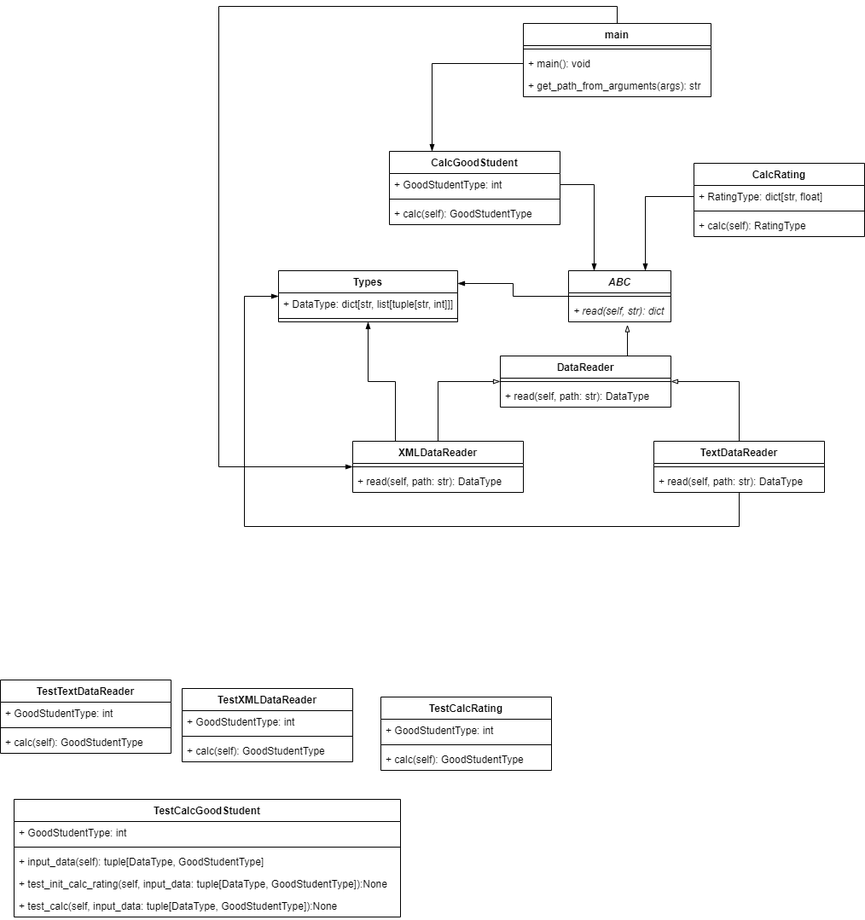
Earlier version of the draw.io export ClassDiagram.png (Gravetar/PTLab1). Source tidied: cells renumbered, new cells last; positions are measured from the earlier drawing's top-left corner, leaving out a move shared by most shapes.
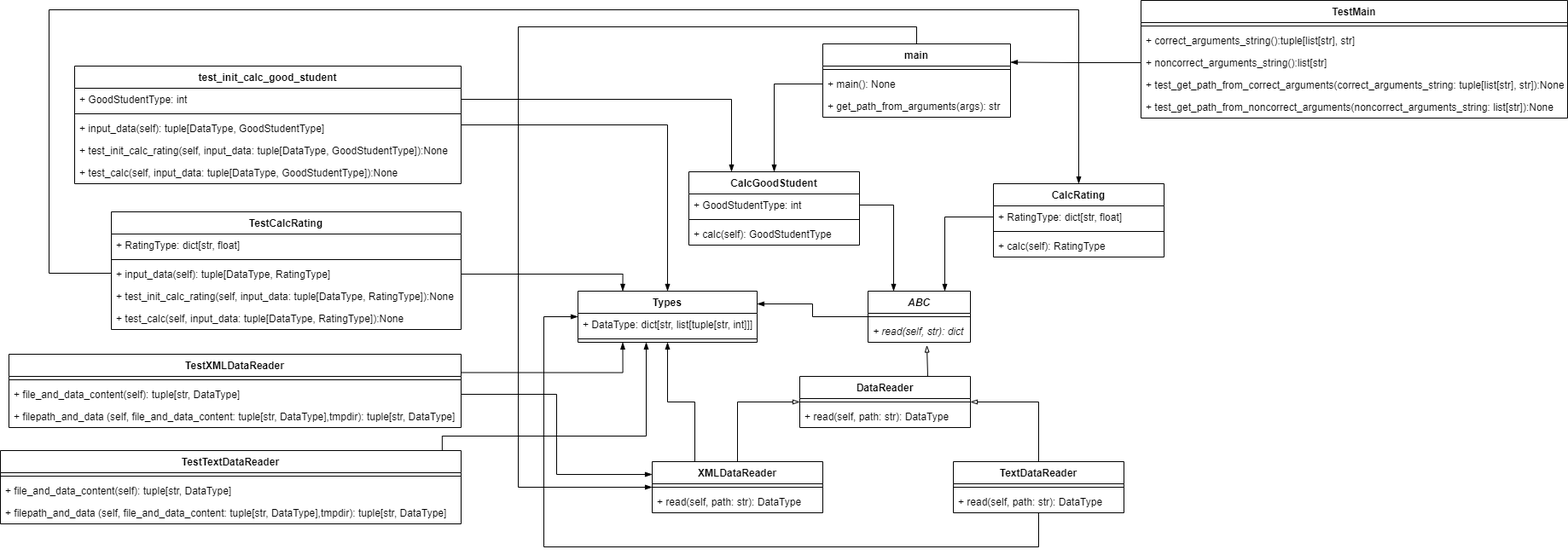
The same file after the commit.

Diff of the diagram source:
```diff
@@ -17,7 +17,7 @@
     <mxCell id="4" style="line;strokeWidth=1;fillColor=none;align=left;verticalAlign=middle;spacingTop=-1;spacingLeft=3;spacingRight=3;labelPosition=right;" parent="3" vertex="1">
       <mxGeometry y="26" width="220" height="8" as="geometry" />
     </mxCell>
-    <mxCell id="5" value="+ main(): void" style="text;strokeColor=none;fillColor=none;align=left;verticalAlign=top;spacingLeft=4;spacingRight=4;overflow=hidden;points=[[0,0.5],[1,0.5]];portConstraint=eastwest;" parent="3" vertex="1">
+    <mxCell id="5" value="+ main(): None" style="text;strokeColor=none;fillColor=none;align=left;verticalAlign=top;spacingLeft=4;spacingRight=4;overflow=hidden;points=[[0,0.5],[1,0.5]];portConstraint=eastwest;" parent="3" vertex="1">
       <mxGeometry y="34" width="220" height="26" as="geometry" />
     </mxCell>
     <mxCell id="6" value="+ get_path_from_arguments(args): str" style="text;strokeColor=none;fillColor=none;align=left;verticalAlign=top;spacingLeft=4;spacingRight=4;overflow=hidden;" parent="3" vertex="1">
@@ -107,20 +107,11 @@
     <mxCell id="32" value="+ read(self, path: str): DataType" style="text;strokeColor=none;fillColor=none;align=left;verticalAlign=top;spacingLeft=4;spacingRight=4;overflow=hidden;" parent="30" vertex="1">
       <mxGeometry y="34" width="200" height="26" as="geometry" />
     </mxCell>
-    <mxCell id="33" value="TestCalcRating" style="swimlane;fontStyle=1;align=center;verticalAlign=top;horizontal=1;startSize=26;" parent="1" vertex="1">
-      <mxGeometry x="446" y="810" width="200" height="86" as="geometry" />
-    </mxCell>
-    <mxCell id="34" value="+ GoodStudentType: int" style="text;strokeColor=none;fillColor=none;align=left;verticalAlign=top;spacingLeft=4;spacingRight=4;overflow=hidden;" parent="33" vertex="1">
-      <mxGeometry y="26" width="200" height="26" as="geometry" />
-    </mxCell>
-    <mxCell id="35" style="line;strokeWidth=1;fillColor=none;align=left;verticalAlign=middle;spacingTop=-1;spacingLeft=3;spacingRight=3;labelPosition=right;" parent="33" vertex="1">
-      <mxGeometry y="52" width="200" height="8" as="geometry" />
-    </mxCell>
-    <mxCell id="36" value="+ calc(self): GoodStudentType" style="text;strokeColor=none;fillColor=none;align=left;verticalAlign=top;spacingLeft=4;spacingRight=4;overflow=hidden;" parent="33" vertex="1">
-      <mxGeometry y="60" width="200" height="26" as="geometry" />
-    </mxCell>
+    <mxCell id="57" style="edgeStyle=orthogonalEdgeStyle;rounded=0;jettySize=auto;html=1;endArrow=blockThin;endFill=1;" parent="1" edge="1" source="37" target="51">
+      <mxGeometry relative="1" as="geometry" />
+    </mxCell>
-    <mxCell id="37" value="TestCalcGoodStudent" style="swimlane;fontStyle=1;align=center;verticalAlign=top;horizontal=1;startSize=26;" parent="1" vertex="1">
-      <mxGeometry x="16" y="930" width="453" height="138" as="geometry" />
+    <mxCell id="37" value="test_init_calc_good_student" style="swimlane;fontStyle=1;align=center;verticalAlign=top;horizontal=1;startSize=26;" parent="1" vertex="1">
+      <mxGeometry x="-264" y="46" width="453" height="138" as="geometry" />
     </mxCell>
     <mxCell id="38" value="+ GoodStudentType: int" style="text;strokeColor=none;fillColor=none;align=left;verticalAlign=top;spacingLeft=4;spacingRight=4;overflow=hidden;points=[[0,0.5],[1,0.5]];portConstraint=eastwest;" parent="37" vertex="1">
       <mxGeometry y="26" width="453" height="26" as="geometry" />
@@ -137,30 +128,21 @@
     <mxCell id="42" value="+ test_calc(self, input_data: tuple[DataType, GoodStudentType]):None" style="text;strokeColor=none;fillColor=none;align=left;verticalAlign=top;spacingLeft=4;spacingRight=4;overflow=hidden;" parent="37" vertex="1">
       <mxGeometry y="112" width="453" height="26" as="geometry" />
     </mxCell>
-    <mxCell id="43" value="TestTextDataReader" style="swimlane;fontStyle=1;align=center;verticalAlign=top;horizontal=1;startSize=26;" parent="1" vertex="1">
-      <mxGeometry y="790" width="200" height="86" as="geometry" />
-    </mxCell>
-    <mxCell id="44" value="+ GoodStudentType: int" style="text;strokeColor=none;fillColor=none;align=left;verticalAlign=top;spacingLeft=4;spacingRight=4;overflow=hidden;" parent="43" vertex="1">
-      <mxGeometry y="26" width="200" height="26" as="geometry" />
-    </mxCell>
-    <mxCell id="45" style="line;strokeWidth=1;fillColor=none;align=left;verticalAlign=middle;spacingTop=-1;spacingLeft=3;spacingRight=3;labelPosition=right;" parent="43" vertex="1">
-      <mxGeometry y="52" width="200" height="8" as="geometry" />
-    </mxCell>
-    <mxCell id="46" value="+ calc(self): GoodStudentType" style="text;strokeColor=none;fillColor=none;align=left;verticalAlign=top;spacingLeft=4;spacingRight=4;overflow=hidden;" parent="43" vertex="1">
-      <mxGeometry y="60" width="200" height="26" as="geometry" />
-    </mxCell>
+    <mxCell id="58" style="edgeStyle=orthogonalEdgeStyle;rounded=0;jettySize=auto;html=1;exitX=1;exitY=0.25;exitDx=0;exitDy=0;entryX=0.25;entryY=1;entryDx=0;entryDy=0;endArrow=blockThin;endFill=1;" parent="1" edge="1" source="47" target="51">
+      <mxGeometry relative="1" as="geometry" />
+    </mxCell>
     <mxCell id="47" value="TestXMLDataReader" style="swimlane;fontStyle=1;align=center;verticalAlign=top;horizontal=1;startSize=26;" parent="1" vertex="1">
-      <mxGeometry x="213" y="800" width="200" height="86" as="geometry" />
+      <mxGeometry x="-341" y="384" width="530" height="86" as="geometry" />
     </mxCell>
-    <mxCell id="48" value="+ GoodStudentType: int" style="text;strokeColor=none;fillColor=none;align=left;verticalAlign=top;spacingLeft=4;spacingRight=4;overflow=hidden;" parent="47" vertex="1">
-      <mxGeometry y="26" width="200" height="26" as="geometry" />
-    </mxCell>
     <mxCell id="49" style="line;strokeWidth=1;fillColor=none;align=left;verticalAlign=middle;spacingTop=-1;spacingLeft=3;spacingRight=3;labelPosition=right;" parent="47" vertex="1">
-      <mxGeometry y="52" width="200" height="8" as="geometry" />
+      <mxGeometry y="26" width="530" height="8" as="geometry" />
     </mxCell>
-    <mxCell id="50" value="+ calc(self): GoodStudentType" style="text;strokeColor=none;fillColor=none;align=left;verticalAlign=top;spacingLeft=4;spacingRight=4;overflow=hidden;points=[[0,0.5],[1,0.5]];portConstraint=eastwest;" parent="47" vertex="1">
-      <mxGeometry y="60" width="200" height="26" as="geometry" />
+    <mxCell id="50" value="+ file_and_data_content(self): tuple[str, DataType]" style="text;strokeColor=none;fillColor=none;align=left;verticalAlign=top;spacingLeft=4;spacingRight=4;overflow=hidden;points=[[0,0.5],[1,0.5]];portConstraint=eastwest;" parent="47" vertex="1">
+      <mxGeometry y="34" width="530" height="26" as="geometry" />
     </mxCell>
+    <mxCell id="59" value="+ filepath_and_data (self, file_and_data_content: tuple[str, DataType],tmpdir): tuple[str, DataType]" style="text;strokeColor=none;fillColor=none;align=left;verticalAlign=top;spacingLeft=4;spacingRight=4;overflow=hidden;" parent="47" vertex="1">
+      <mxGeometry y="60" width="530" height="26" as="geometry" />
+    </mxCell>
     <mxCell id="51" value="Types" style="swimlane;fontStyle=1;align=center;verticalAlign=top;horizontal=1;startSize=26;" parent="1" vertex="1">
       <mxGeometry x="326" y="310" width="210" height="60" as="geometry" />
     </mxCell>
@@ -176,8 +158,86 @@
     <mxCell id="55" style="edgeStyle=orthogonalEdgeStyle;rounded=0;jettySize=auto;html=1;entryX=0.25;entryY=0;entryDx=0;entryDy=0;endArrow=blockThin;endFill=1;" parent="1" edge="1" source="8" target="20">
       <mxGeometry relative="1" as="geometry" />
     </mxCell>
-    <mxCell id="56" style="edgeStyle=orthogonalEdgeStyle;rounded=0;jettySize=auto;html=1;entryX=0.25;entryY=0;entryDx=0;entryDy=0;endArrow=blockThin;endFill=1;" parent="1" edge="1" source="5" target="7">
+    <mxCell id="56" style="edgeStyle=orthogonalEdgeStyle;rounded=0;jettySize=auto;html=1;entryX=0.5;entryY=0;entryDx=0;entryDy=0;endArrow=blockThin;endFill=1;" parent="1" edge="1" source="5" target="7">
       <mxGeometry relative="1" as="geometry" />
     </mxCell>
+    <mxCell id="60" style="edgeStyle=orthogonalEdgeStyle;rounded=0;jettySize=auto;html=1;entryX=0.5;entryY=0;entryDx=0;entryDy=0;endArrow=blockThin;endFill=1;" parent="1" edge="1" source="33" target="11">
+      <mxGeometry relative="1" as="geometry">
+        <Array as="points">
+          <mxPoint x="-294" y="289" />
+          <mxPoint x="-294" y="-20" />
+          <mxPoint x="913" y="-20" />
+        </Array>
+      </mxGeometry>
+    </mxCell>
+    <mxCell id="33" value="TestCalcRating" style="swimlane;fontStyle=1;align=center;verticalAlign=top;horizontal=1;startSize=26;" parent="1" vertex="1">
+      <mxGeometry x="-221" y="217" width="410" height="138" as="geometry" />
+    </mxCell>
+    <mxCell id="61" value="+ RatingType: dict[str, float]" style="text;strokeColor=none;fillColor=none;align=left;verticalAlign=top;spacingLeft=4;spacingRight=4;overflow=hidden;" parent="33" vertex="1">
+      <mxGeometry y="26" width="410" height="26" as="geometry" />
+    </mxCell>
+    <mxCell id="62" style="line;strokeWidth=1;fillColor=none;align=left;verticalAlign=middle;spacingTop=-1;spacingLeft=3;spacingRight=3;labelPosition=right;" parent="33" vertex="1">
+      <mxGeometry y="52" width="410" height="8" as="geometry" />
+    </mxCell>
+    <mxCell id="63" value="+ input_data(self): tuple[DataType, RatingType]" style="text;strokeColor=none;fillColor=none;align=left;verticalAlign=top;spacingLeft=4;spacingRight=4;overflow=hidden;points=[[0,0.5],[1,0.5]];portConstraint=eastwest;" parent="33" vertex="1">
+      <mxGeometry y="60" width="410" height="26" as="geometry" />
+    </mxCell>
+    <mxCell id="64" value="+ test_init_calc_rating(self, input_data: tuple[DataType, RatingType]):None" style="text;strokeColor=none;fillColor=none;align=left;verticalAlign=top;spacingLeft=4;spacingRight=4;overflow=hidden;" parent="33" vertex="1">
+      <mxGeometry y="86" width="410" height="26" as="geometry" />
+    </mxCell>
+    <mxCell id="65" value="+ test_calc(self, input_data: tuple[DataType, RatingType]):None" style="text;strokeColor=none;fillColor=none;align=left;verticalAlign=top;spacingLeft=4;spacingRight=4;overflow=hidden;" parent="33" vertex="1">
+      <mxGeometry y="112" width="410" height="26" as="geometry" />
+    </mxCell>
+    <mxCell id="43" value="TestTextDataReader" style="swimlane;fontStyle=1;align=center;verticalAlign=top;horizontal=1;startSize=26;" parent="1" vertex="1">
+      <mxGeometry x="-351" y="497" width="540" height="86" as="geometry" />
+    </mxCell>
+    <mxCell id="66" style="line;strokeWidth=1;fillColor=none;align=left;verticalAlign=middle;spacingTop=-1;spacingLeft=3;spacingRight=3;labelPosition=right;" parent="43" vertex="1">
+      <mxGeometry y="26" width="540" height="8" as="geometry" />
+    </mxCell>
+    <mxCell id="67" value="+ file_and_data_content(self): tuple[str, DataType]" style="text;strokeColor=none;fillColor=none;align=left;verticalAlign=top;spacingLeft=4;spacingRight=4;overflow=hidden;" parent="43" vertex="1">
+      <mxGeometry y="34" width="540" height="26" as="geometry" />
+    </mxCell>
+    <mxCell id="68" value="+ filepath_and_data (self, file_and_data_content: tuple[str, DataType],tmpdir): tuple[str, DataType]" style="text;strokeColor=none;fillColor=none;align=left;verticalAlign=top;spacingLeft=4;spacingRight=4;overflow=hidden;" parent="43" vertex="1">
+      <mxGeometry y="60" width="540" height="26" as="geometry" />
+    </mxCell>
+    <mxCell id="69" value="TestMain" style="swimlane;fontStyle=1;align=center;verticalAlign=top;horizontal=1;startSize=26;" parent="1" vertex="1">
+      <mxGeometry x="986" y="-31" width="500" height="138" as="geometry" />
+    </mxCell>
+    <mxCell id="70" style="line;strokeWidth=1;fillColor=none;align=left;verticalAlign=middle;spacingTop=-1;spacingLeft=3;spacingRight=3;labelPosition=right;" parent="69" vertex="1">
+      <mxGeometry y="26" width="500" height="8" as="geometry" />
+    </mxCell>
+    <mxCell id="71" value="+ correct_arguments_string():tuple[list[str], str]" style="text;strokeColor=none;fillColor=none;align=left;verticalAlign=top;spacingLeft=4;spacingRight=4;overflow=hidden;" parent="69" vertex="1">
+      <mxGeometry y="34" width="500" height="26" as="geometry" />
+    </mxCell>
+    <mxCell id="72" value="+ noncorrect_arguments_string():list[str]" style="text;strokeColor=none;fillColor=none;align=left;verticalAlign=top;spacingLeft=4;spacingRight=4;overflow=hidden;points=[[0,0.5],[1,0.5]];portConstraint=eastwest;" parent="69" vertex="1">
+      <mxGeometry y="60" width="500" height="26" as="geometry" />
+    </mxCell>
+    <mxCell id="73" value="+ test_get_path_from_correct_arguments(correct_arguments_string: tuple[list[str], str]):None" style="text;strokeColor=none;fillColor=none;align=left;verticalAlign=top;spacingLeft=4;spacingRight=4;overflow=hidden;" parent="69" vertex="1">
+      <mxGeometry y="86" width="500" height="26" as="geometry" />
+    </mxCell>
+    <mxCell id="74" value="+ test_get_path_from_noncorrect_arguments(noncorrect_arguments_string: list[str]):None" style="text;strokeColor=none;fillColor=none;align=left;verticalAlign=top;spacingLeft=4;spacingRight=4;overflow=hidden;" parent="69" vertex="1">
+      <mxGeometry y="112" width="500" height="26" as="geometry" />
+    </mxCell>
+    <mxCell id="75" style="edgeStyle=orthogonalEdgeStyle;rounded=0;jettySize=auto;html=1;endArrow=blockThin;endFill=1;entryX=0.25;entryY=0;entryDx=0;entryDy=0;" parent="1" edge="1" source="38" target="7">
+      <mxGeometry relative="1" as="geometry" />
+    </mxCell>
+    <mxCell id="76" style="edgeStyle=orthogonalEdgeStyle;rounded=0;jettySize=auto;html=1;entryX=0.25;entryY=0;entryDx=0;entryDy=0;endArrow=blockThin;endFill=1;" parent="1" edge="1" source="63" target="51">
+      <mxGeometry relative="1" as="geometry" />
+    </mxCell>
+    <mxCell id="77" style="edgeStyle=orthogonalEdgeStyle;rounded=0;jettySize=auto;html=1;entryX=0;entryY=0.25;entryDx=0;entryDy=0;endArrow=blockThin;endFill=1;" parent="1" edge="1" source="50" target="30">
+      <mxGeometry relative="1" as="geometry" />
+    </mxCell>
+    <mxCell id="78" style="edgeStyle=orthogonalEdgeStyle;rounded=0;jettySize=auto;html=1;endArrow=blockThin;endFill=1;exitX=0.959;exitY=0.002;exitDx=0;exitDy=0;exitPerimeter=0;" parent="1" edge="1" source="43">
+      <mxGeometry relative="1" as="geometry">
+        <mxPoint x="406" y="370" as="targetPoint" />
+        <Array as="points">
+          <mxPoint x="167" y="480" />
+          <mxPoint x="406" y="480" />
+        </Array>
+      </mxGeometry>
+    </mxCell>
+    <mxCell id="79" style="edgeStyle=orthogonalEdgeStyle;rounded=0;jettySize=auto;html=1;entryX=1;entryY=0.25;entryDx=0;entryDy=0;endArrow=blockThin;endFill=1;" parent="1" edge="1" source="72" target="3">
+      <mxGeometry relative="1" as="geometry" />
+    </mxCell>
   </root>
 </mxGraphModel>
```
